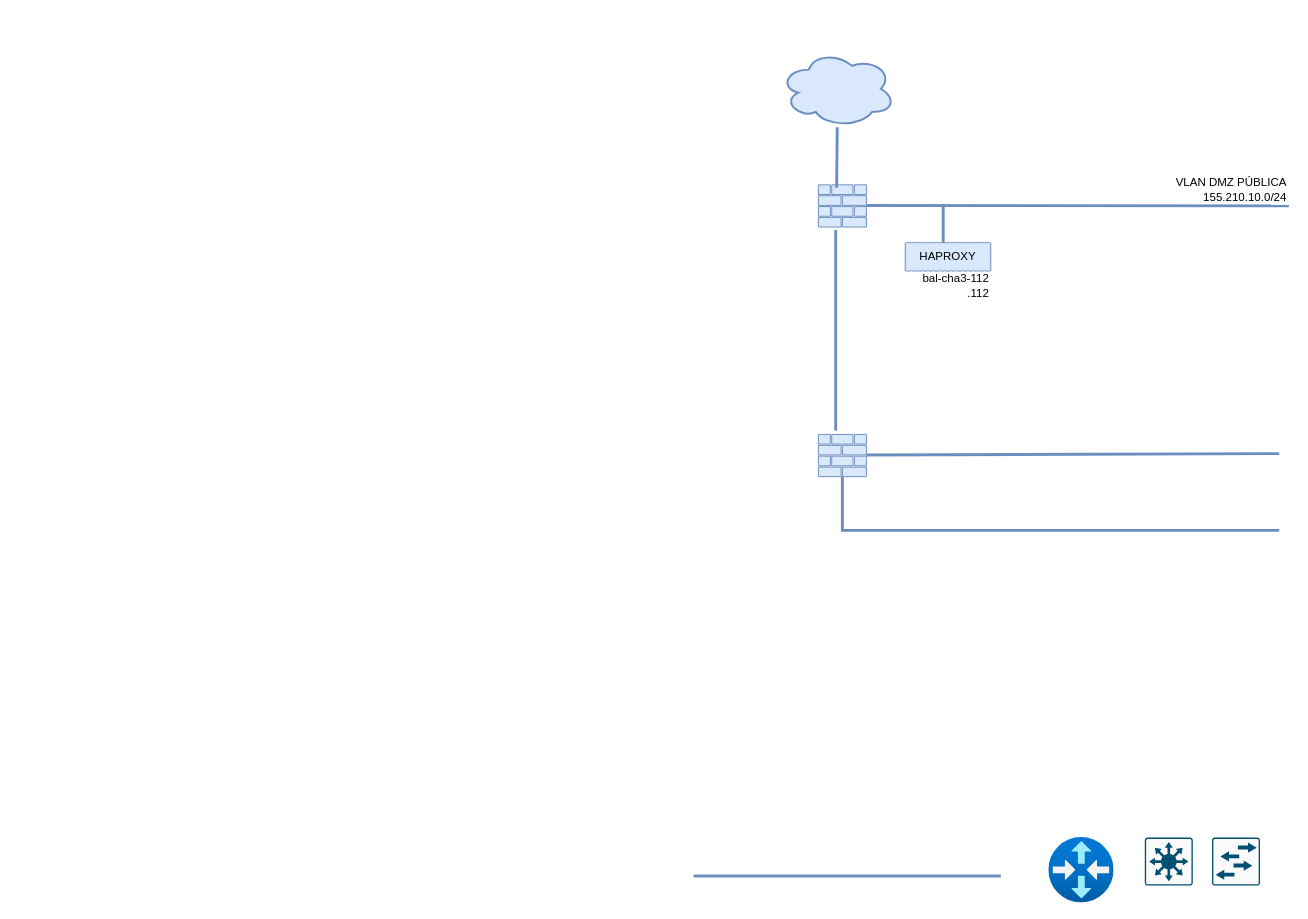
The draw.io diagram drawings/Red-unizar.drawio in miguel-martin/drawio, before the edit. Source tidied: cells renumbered, new cells numbered last; positions are measured from the earlier drawing's top-left corner, leaving out a move shared by most shapes. Both pictures are drawn from the tidied source at 96%, with x=0, y=0 at pixel (693, 50).
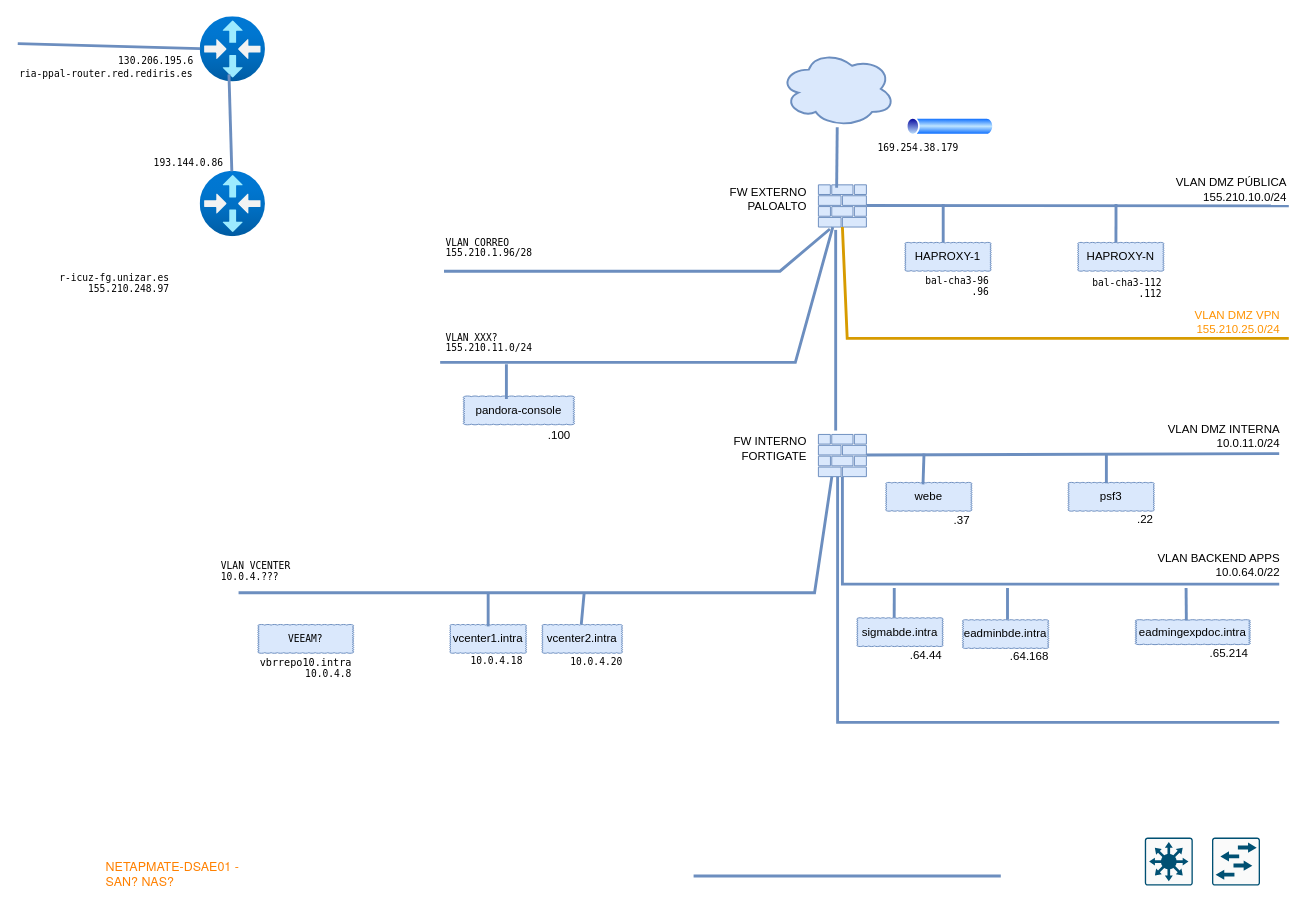
The same page after the edit.

The change refers to these unchanged cells:
```xml
<mxCell id="3" style="sketch=0;shadow=0;dashed=0;html=1;strokeColor=#6c8ebf;labelPosition=center;verticalLabelPosition=bottom;verticalAlign=top;align=center;fillColor=#dae8fc;shape=mxgraph.mscae.enterprise.firewall;" parent="1" vertex="1">
  <mxGeometry x="130" y="400" width="50" height="44" as="geometry" />
</mxCell>
<mxCell id="4" style="sketch=0;shadow=0;dashed=0;html=1;strokeColor=#6c8ebf;labelPosition=center;verticalLabelPosition=bottom;verticalAlign=top;align=center;fillColor=#dae8fc;shape=mxgraph.mscae.enterprise.firewall;" parent="1" vertex="1">
  <mxGeometry x="130" y="140" width="50" height="44" as="geometry" />
</mxCell>
```

Diff of the diagram source:
```diff
@@
     <mxCell id="2" style="image;html=1;points=[];align=center;fontSize=12;image=img/lib/azure2/networking/Virtual_Router.svg;" parent="1" vertex="1">
-      <mxGeometry x="370" y="820" width="68" height="68" as="geometry" />
+      <mxGeometry x="-514" y="-35" width="68" height="68" as="geometry" />
     </mxCell>
@@
     <mxCell id="13" style="endArrow=none;html=1;rounded=0;strokeWidth=3;fillColor=#dae8fc;strokeColor=#6c8ebf;exitX=0.5;exitY=1;exitDx=0;exitDy=0;exitPerimeter=0;" parent="1" edge="1" source="3">
       <mxGeometry relative="1" as="geometry">
-        <mxPoint x="610" y="500" as="targetPoint" />
+        <mxPoint x="610" y="556" as="targetPoint" />
         <Array as="points">
-          <mxPoint x="155" y="500" />
-          <mxPoint x="380" y="500" />
+          <mxPoint x="155" y="556" />
+          <mxPoint x="380" y="556" />
         </Array>
       </mxGeometry>
     </mxCell>
-    <mxCell id="14" value="HAPROXY" style="whiteSpace=wrap;html=1;shape=mxgraph.basic.cloud_rect;fillColor=#dae8fc;strokeColor=#6c8ebf;" parent="1" vertex="1">
+    <mxCell id="14" value="HAPROXY-1" style="whiteSpace=wrap;html=1;shape=mxgraph.basic.cloud_rect;fillColor=#dae8fc;strokeColor=#6c8ebf;" parent="1" vertex="1">
       <mxGeometry x="220" y="200" width="90" height="30" as="geometry" />
     </mxCell>
@@
+    <mxCell id="17" value="&lt;div&gt;VLAN DMZ PÚBLICA&lt;/div&gt;&lt;div&gt;155.210.10.0/24&lt;/div&gt;" style="text;strokeColor=none;align=right;fillColor=none;html=1;verticalAlign=middle;whiteSpace=wrap;rounded=0;" parent="1" vertex="1">
+      <mxGeometry x="460" y="130" width="160" height="30" as="geometry" />
+    </mxCell>
+    <mxCell id="18" value="&lt;div&gt;VLAN BACKEND APPS&lt;/div&gt;&lt;div&gt;10.0.64.0/22&lt;/div&gt;" style="text;strokeColor=none;align=right;fillColor=none;html=1;verticalAlign=middle;whiteSpace=wrap;rounded=0;" parent="1" vertex="1">
+      <mxGeometry x="453" y="521" width="160" height="30" as="geometry" />
+    </mxCell>
+    <mxCell id="19" value="eadmingexpdoc.intra" style="whiteSpace=wrap;html=1;shape=mxgraph.basic.cloud_rect;fillColor=#dae8fc;strokeColor=#6c8ebf;" parent="1" vertex="1">
+      <mxGeometry x="460" y="593" width="120" height="26" as="geometry" />
+    </mxCell>
+    <mxCell id="20" value="&lt;div&gt;.65.214&lt;/div&gt;&lt;div&gt;&lt;br&gt;&lt;/div&gt;" style="text;strokeColor=none;align=right;fillColor=none;html=1;verticalAlign=middle;whiteSpace=wrap;rounded=0;" parent="1" vertex="1">
+      <mxGeometry x="480" y="620" width="100" height="30" as="geometry" />
+    </mxCell>
+    <mxCell id="21" style="endArrow=none;html=1;rounded=0;strokeWidth=3;fillColor=#dae8fc;strokeColor=#6c8ebf;exitX=0.444;exitY=0.033;exitDx=0;exitDy=0;exitPerimeter=0;" parent="1" edge="1" source="19">
+      <mxGeometry relative="1" as="geometry">
+        <mxPoint x="513" y="560" as="targetPoint" />
+      </mxGeometry>
+    </mxCell>
+    <mxCell id="22" value="&lt;div&gt;VLAN DMZ INTERNA&lt;/div&gt;&lt;div&gt;10.0.11.0/24&lt;/div&gt;" style="text;strokeColor=none;align=right;fillColor=none;html=1;verticalAlign=middle;whiteSpace=wrap;rounded=0;" parent="1" vertex="1">
+      <mxGeometry x="453" y="387" width="160" height="30" as="geometry" />
+    </mxCell>
+    <mxCell id="23" value="psf3" style="whiteSpace=wrap;html=1;shape=mxgraph.basic.cloud_rect;fillColor=#dae8fc;strokeColor=#6c8ebf;" parent="1" vertex="1">
+      <mxGeometry x="390" y="450" width="90" height="30" as="geometry" />
+    </mxCell>
+    <mxCell id="24" value="&lt;div&gt;FW EXTERNO&lt;/div&gt;&lt;div&gt;PALOALTO&lt;br&gt;&lt;/div&gt;" style="text;strokeColor=none;align=right;fillColor=none;html=1;verticalAlign=middle;whiteSpace=wrap;rounded=0;" parent="1" vertex="1">
+      <mxGeometry x="-40" y="140" width="160" height="30" as="geometry" />
+    </mxCell>
+    <mxCell id="25" value="&lt;div&gt;FW INTERNO&lt;/div&gt;&lt;div&gt;FORTIGATE&lt;br&gt;&lt;/div&gt;" style="text;strokeColor=none;align=right;fillColor=none;html=1;verticalAlign=middle;whiteSpace=wrap;rounded=0;" parent="1" vertex="1">
+      <mxGeometry x="-40" y="400" width="160" height="30" as="geometry" />
+    </mxCell>
+    <mxCell id="26" style="endArrow=none;html=1;rounded=0;strokeWidth=3;fillColor=#dae8fc;strokeColor=#6c8ebf;exitX=0.444;exitY=0.033;exitDx=0;exitDy=0;exitPerimeter=0;" parent="1" edge="1" source="23">
+      <mxGeometry relative="1" as="geometry">
+        <mxPoint x="430" y="420" as="targetPoint" />
+      </mxGeometry>
+    </mxCell>
+    <mxCell id="27" value="&lt;div&gt;.22&lt;br&gt;&lt;/div&gt;" style="text;strokeColor=none;align=right;fillColor=none;html=1;verticalAlign=middle;whiteSpace=wrap;rounded=0;" parent="1" vertex="1">
+      <mxGeometry x="441" y="474" width="40" height="30" as="geometry" />
+    </mxCell>
+    <mxCell id="28" style="endArrow=none;html=1;rounded=0;strokeWidth=3;fillColor=#ffe6cc;strokeColor=#d79b00;exitX=0.5;exitY=1;exitDx=0;exitDy=0;exitPerimeter=0;fontColor=#ff9300;" parent="1" edge="1" source="4">
+      <mxGeometry relative="1" as="geometry">
+        <mxPoint x="620" y="300" as="targetPoint" />
+        <Array as="points">
+          <mxPoint x="160" y="300" />
+        </Array>
+      </mxGeometry>
+    </mxCell>
+    <mxCell id="29" value="&lt;div&gt;&lt;font color=&quot;#ff9300&quot;&gt;VLAN DMZ VPN 155.210.25.0/24&lt;/font&gt;&lt;/div&gt;" style="text;strokeColor=none;align=right;fillColor=none;html=1;verticalAlign=middle;whiteSpace=wrap;rounded=0;" parent="1" vertex="1">
+      <mxGeometry x="453" y="268" width="160" height="30" as="geometry" />
+    </mxCell>
+    <mxCell id="30" value="&lt;div&gt;&lt;br&gt;&lt;/div&gt;" style="text;strokeColor=none;align=right;fillColor=none;html=1;verticalAlign=middle;whiteSpace=wrap;rounded=0;" parent="1" vertex="1">
+      <mxGeometry x="453" y="660" width="160" height="30" as="geometry" />
+    </mxCell>
+    <mxCell id="31" style="endArrow=none;html=1;rounded=0;strokeWidth=3;fillColor=#dae8fc;strokeColor=#6c8ebf;exitX=0.5;exitY=1;exitDx=0;exitDy=0;exitPerimeter=0;" parent="1" edge="1">
+      <mxGeometry relative="1" as="geometry">
+        <mxPoint x="150" y="444" as="sourcePoint" />
+        <mxPoint x="610" y="700" as="targetPoint" />
+        <Array as="points">
+          <mxPoint x="150" y="556" />
+          <mxPoint x="150" y="700" />
+        </Array>
+      </mxGeometry>
+    </mxCell>
+    <mxCell id="32" value="sigmabde.intra" style="whiteSpace=wrap;html=1;shape=mxgraph.basic.cloud_rect;fillColor=#dae8fc;strokeColor=#6c8ebf;" parent="1" vertex="1">
+      <mxGeometry x="170" y="591" width="90" height="30" as="geometry" />
+    </mxCell>
+    <mxCell id="33" value="&lt;div&gt;.64.44&lt;/div&gt;" style="text;strokeColor=none;align=right;fillColor=none;html=1;verticalAlign=middle;whiteSpace=wrap;rounded=0;" parent="1" vertex="1">
+      <mxGeometry x="161" y="615" width="100" height="30" as="geometry" />
+    </mxCell>
+    <mxCell id="34" style="endArrow=none;html=1;rounded=0;strokeWidth=3;fillColor=#dae8fc;strokeColor=#6c8ebf;exitX=0.433;exitY=0;exitDx=0;exitDy=0;exitPerimeter=0;" parent="1" edge="1" source="32">
+      <mxGeometry relative="1" as="geometry">
+        <mxPoint x="209" y="560" as="targetPoint" />
+      </mxGeometry>
+    </mxCell>
+    <mxCell id="35" value="eadminbde.intra" style="whiteSpace=wrap;html=1;shape=mxgraph.basic.cloud_rect;fillColor=#dae8fc;strokeColor=#6c8ebf;" parent="1" vertex="1">
+      <mxGeometry x="280" y="593" width="90" height="30" as="geometry" />
+    </mxCell>
+    <mxCell id="36" style="endArrow=none;html=1;rounded=0;strokeWidth=3;fillColor=#dae8fc;strokeColor=#6c8ebf;exitX=0.522;exitY=0;exitDx=0;exitDy=0;exitPerimeter=0;" parent="1" edge="1" source="35">
+      <mxGeometry relative="1" as="geometry">
+        <mxPoint x="327" y="560" as="targetPoint" />
+      </mxGeometry>
+    </mxCell>
+    <mxCell id="37" value="&lt;div&gt;.64.168&lt;/div&gt;" style="text;strokeColor=none;align=right;fillColor=none;html=1;verticalAlign=middle;whiteSpace=wrap;rounded=0;" parent="1" vertex="1">
+      <mxGeometry x="272" y="617" width="100" height="30" as="geometry" />
+    </mxCell>
+    <mxCell id="38" style="image;perimeter=ellipsePerimeter;html=1;align=center;shadow=0;dashed=0;spacingTop=3;image=img/lib/active_directory/tunnel.svg;" parent="1" vertex="1">
+      <mxGeometry x="220" y="70" width="95" height="19" as="geometry" />
+    </mxCell>
+    <mxCell id="39" value="&lt;p style=&quot;margin: 0.0px 0.0px 0.0px 0.0px; font: 10.0px Menlo; color: #000000&quot;&gt;&lt;span style=&quot;font-variant-ligatures: no-common-ligatures&quot;&gt;169.254.38.179&lt;/span&gt;&lt;/p&gt;" style="text;whiteSpace=wrap;html=1;" parent="1" vertex="1">
+      <mxGeometry x="190" y="89" width="120" height="30" as="geometry" />
+    </mxCell>
+    <mxCell id="40" value="webe" style="whiteSpace=wrap;html=1;shape=mxgraph.basic.cloud_rect;fillColor=#dae8fc;strokeColor=#6c8ebf;" parent="1" vertex="1">
+      <mxGeometry x="200" y="450" width="90" height="30" as="geometry" />
+    </mxCell>
+    <mxCell id="41" value="&lt;p style=&quot;margin: 0.0px 0.0px 0.0px 0.0px; font: 10.0px Menlo; color: #000000&quot;&gt;&lt;span style=&quot;font-variant-ligatures: no-common-ligatures&quot;&gt;130.206.195.6&lt;/span&gt;&lt;/p&gt;" style="text;whiteSpace=wrap;html=1;" parent="1" vertex="1">
+      <mxGeometry x="-601" y="-1" width="120" height="40" as="geometry" />
+    </mxCell>
+    <mxCell id="42" value="&lt;p style=&quot;margin: 0.0px 0.0px 0.0px 0.0px; font: 10.0px Menlo; color: #000000&quot;&gt;&lt;span style=&quot;font-variant-ligatures: no-common-ligatures&quot;&gt;ria-ppal-router.red.rediris.es&lt;/span&gt;&lt;/p&gt;" style="text;whiteSpace=wrap;html=1;" parent="1" vertex="1">
+      <mxGeometry x="-704" y="12" width="230" height="40" as="geometry" />
+    </mxCell>
+    <mxCell id="43" style="image;html=1;points=[];align=center;fontSize=12;image=img/lib/azure2/networking/Virtual_Router.svg;" parent="1" vertex="1">
+      <mxGeometry x="-514" y="126" width="68" height="68" as="geometry" />
+    </mxCell>
+    <mxCell id="44" style="endArrow=none;html=1;rounded=0;strokeWidth=3;fillColor=#dae8fc;strokeColor=#6c8ebf;" parent="1" edge="1" target="2">
+      <mxGeometry relative="1" as="geometry">
+        <mxPoint x="-704" y="-7" as="sourcePoint" />
+      </mxGeometry>
+    </mxCell>
+    <mxCell id="45" style="endArrow=none;html=1;rounded=0;strokeWidth=3;fillColor=#dae8fc;strokeColor=#6c8ebf;" parent="1" edge="1" target="43">
+      <mxGeometry relative="1" as="geometry">
+        <mxPoint x="-484" y="25" as="sourcePoint" />
+      </mxGeometry>
+    </mxCell>
+    <mxCell id="46" value="&lt;p style=&quot;margin: 0.0px 0.0px 0.0px 0.0px; font: 10.0px Menlo; color: #000000&quot;&gt;&lt;span style=&quot;font-variant-ligatures: no-common-ligatures&quot;&gt;193.144.0.86&lt;/span&gt;&lt;/p&gt;" style="text;whiteSpace=wrap;html=1;" parent="1" vertex="1">
+      <mxGeometry x="-564" y="105" width="110" height="40" as="geometry" />
+    </mxCell>
+    <mxCell id="47" value="&lt;p style=&quot;margin: 0.0px 0.0px 0.0px 0.0px; font: 10.0px Menlo; color: #000000&quot;&gt;&lt;span style=&quot;font-variant-ligatures: no-common-ligatures&quot;&gt;r-icuz-fg.unizar.es&lt;/span&gt;&lt;/p&gt;&lt;p style=&quot;margin: 0.0px 0.0px 0.0px 0.0px; font: 10.0px Menlo; color: #000000&quot;&gt;&lt;span style=&quot;font-variant-ligatures: no-common-ligatures&quot;&gt;155.210.248.97&lt;/span&gt;&lt;/p&gt;" style="text;whiteSpace=wrap;html=1;align=right;" parent="1" vertex="1">
+      <mxGeometry x="-674" y="225" width="130" height="40" as="geometry" />
+    </mxCell>
+    <mxCell id="48" style="endArrow=none;html=1;rounded=0;strokeWidth=3;fillColor=#dae8fc;strokeColor=#6c8ebf;entryX=0.433;entryY=0.067;entryDx=0;entryDy=0;entryPerimeter=0;" parent="1" edge="1" target="40">
+      <mxGeometry relative="1" as="geometry">
+        <mxPoint x="240" y="420" as="sourcePoint" />
+      </mxGeometry>
+    </mxCell>
+    <mxCell id="49" value="&lt;div&gt;.37&lt;br&gt;&lt;/div&gt;" style="text;strokeColor=none;align=right;fillColor=none;html=1;verticalAlign=middle;whiteSpace=wrap;rounded=0;" parent="1" vertex="1">
+      <mxGeometry x="250" y="475" width="40" height="30" as="geometry" />
+    </mxCell>
-    <mxCell id="16" value="bal-cha3-112&lt;div&gt;.112&lt;/div&gt;" style="text;strokeColor=none;align=right;fillColor=none;html=1;verticalAlign=middle;whiteSpace=wrap;rounded=0;" parent="1" vertex="1">
-      <mxGeometry x="210" y="230" width="100" height="30" as="geometry" />
+    <mxCell id="16" value="&lt;p style=&quot;margin: 0.0px 0.0px 0.0px 0.0px; font: 10.0px Menlo; color: #000000&quot;&gt;&lt;span style=&quot;font-variant-ligatures: no-common-ligatures&quot;&gt;bal-cha3-112&lt;/span&gt;&lt;/p&gt;&lt;p style=&quot;margin: 0.0px 0.0px 0.0px 0.0px; font: 10.0px Menlo; color: #000000&quot;&gt;&lt;span style=&quot;font-variant-ligatures: no-common-ligatures&quot;&gt;.112&lt;/span&gt;&lt;/p&gt;" style="text;whiteSpace=wrap;html=1;align=right;" parent="1" vertex="1">
+      <mxGeometry x="355" y="230" width="135" height="40" as="geometry" />
     </mxCell>
-    <mxCell id="17" value="&lt;div&gt;VLAN DMZ PÚBLICA&lt;/div&gt;&lt;div&gt;155.210.10.0/24&lt;/div&gt;" style="text;strokeColor=none;align=right;fillColor=none;html=1;verticalAlign=middle;whiteSpace=wrap;rounded=0;" parent="1" vertex="1">
-      <mxGeometry x="460" y="130" width="160" height="30" as="geometry" />
-    </mxCell>
+    <mxCell id="50" value="HAPROXY-N" style="whiteSpace=wrap;html=1;shape=mxgraph.basic.cloud_rect;fillColor=#dae8fc;strokeColor=#6c8ebf;" parent="1" vertex="1">
+      <mxGeometry x="400" y="200" width="90" height="30" as="geometry" />
+    </mxCell>
+    <mxCell id="51" value="&lt;p style=&quot;margin: 0.0px 0.0px 0.0px 0.0px; font: 10.0px Menlo; color: #000000&quot;&gt;&lt;span style=&quot;font-variant-ligatures: no-common-ligatures&quot;&gt;bal-cha3-96&lt;/span&gt;&lt;/p&gt;&lt;p style=&quot;margin: 0.0px 0.0px 0.0px 0.0px; font: 10.0px Menlo; color: #000000&quot;&gt;&lt;span style=&quot;font-variant-ligatures: no-common-ligatures&quot;&gt;.96&lt;/span&gt;&lt;/p&gt;" style="text;whiteSpace=wrap;html=1;align=right;" parent="1" vertex="1">
+      <mxGeometry x="175" y="228" width="135" height="40" as="geometry" />
+    </mxCell>
+    <mxCell id="52" style="endArrow=none;html=1;rounded=0;strokeWidth=3;fillColor=#dae8fc;strokeColor=#6c8ebf;exitX=0.444;exitY=0;exitDx=0;exitDy=0;exitPerimeter=0;" parent="1" edge="1" source="50">
+      <mxGeometry relative="1" as="geometry">
+        <mxPoint x="440" y="160" as="targetPoint" />
+      </mxGeometry>
+    </mxCell>
+    <mxCell id="53" style="endArrow=none;html=1;rounded=0;strokeWidth=3;fillColor=#dae8fc;strokeColor=#6c8ebf;exitX=0.24;exitY=1.046;exitDx=0;exitDy=0;exitPerimeter=0;" parent="1" edge="1" source="4">
+      <mxGeometry relative="1" as="geometry">
+        <mxPoint x="-260" y="230" as="targetPoint" />
+        <Array as="points">
+          <mxPoint x="90" y="230" />
+        </Array>
+      </mxGeometry>
+    </mxCell>
+    <mxCell id="54" value="&lt;p style=&quot;margin: 0.0px 0.0px 0.0px 0.0px; font: 10.0px Menlo; color: #000000&quot;&gt;&lt;span style=&quot;font-variant-ligatures: no-common-ligatures&quot;&gt;VLAN CORREO&lt;/span&gt;&lt;/p&gt;&lt;p style=&quot;margin: 0.0px 0.0px 0.0px 0.0px; font: 10.0px Menlo; color: #000000&quot;&gt;&lt;span style=&quot;font-variant-ligatures: no-common-ligatures&quot;&gt;155.210.1.96/28&lt;/span&gt;&lt;/p&gt;" style="text;whiteSpace=wrap;html=1;" parent="1" vertex="1">
+      <mxGeometry x="-260" y="188" width="130" height="40" as="geometry" />
+    </mxCell>
+    <mxCell id="55" style="endArrow=none;html=1;rounded=0;strokeWidth=3;fillColor=#dae8fc;strokeColor=#6c8ebf;exitX=0.3;exitY=1;exitDx=0;exitDy=0;exitPerimeter=0;" parent="1" edge="1" source="4">
+      <mxGeometry relative="1" as="geometry">
+        <mxPoint x="-264" y="325" as="targetPoint" />
+        <Array as="points">
+          <mxPoint x="106" y="325" />
+        </Array>
+      </mxGeometry>
+    </mxCell>
+    <mxCell id="56" value="&lt;p style=&quot;margin: 0.0px 0.0px 0.0px 0.0px; font: 10.0px Menlo; color: #000000&quot;&gt;&lt;span style=&quot;font-variant-ligatures: no-common-ligatures&quot;&gt;VLAN XXX?&lt;/span&gt;&lt;/p&gt;&lt;p style=&quot;margin: 0.0px 0.0px 0.0px 0.0px; font: 10.0px Menlo; color: #000000&quot;&gt;&lt;span style=&quot;font-variant-ligatures: no-common-ligatures&quot;&gt;155.210.11.0/24&lt;/span&gt;&lt;/p&gt;" style="text;whiteSpace=wrap;html=1;" parent="1" vertex="1">
+      <mxGeometry x="-260" y="287" width="130" height="40" as="geometry" />
+    </mxCell>
+    <mxCell id="57" value="pandora-console" style="whiteSpace=wrap;html=1;shape=mxgraph.basic.cloud_rect;fillColor=#dae8fc;strokeColor=#6c8ebf;" parent="1" vertex="1">
+      <mxGeometry x="-240" y="360" width="116" height="30" as="geometry" />
+    </mxCell>
+    <mxCell id="58" value="&lt;div&gt;.100&lt;br&gt;&lt;/div&gt;" style="text;strokeColor=none;align=right;fillColor=none;html=1;verticalAlign=middle;whiteSpace=wrap;rounded=0;" parent="1" vertex="1">
+      <mxGeometry x="-130" y="400" width="4" as="geometry" />
+    </mxCell>
+    <mxCell id="59" style="endArrow=none;html=1;rounded=0;strokeWidth=3;fillColor=#dae8fc;strokeColor=#6c8ebf;entryX=0.388;entryY=0.1;entryDx=0;entryDy=0;entryPerimeter=0;exitX=0.5;exitY=1;exitDx=0;exitDy=0;" parent="1" edge="1" source="56" target="57">
+      <mxGeometry relative="1" as="geometry" />
+    </mxCell>
+    <mxCell id="60" style="endArrow=none;html=1;rounded=0;strokeWidth=3;fillColor=#dae8fc;strokeColor=#6c8ebf;" parent="1" edge="1">
+      <mxGeometry relative="1" as="geometry">
+        <mxPoint x="144" y="444" as="sourcePoint" />
+        <mxPoint x="-474" y="565" as="targetPoint" />
+        <Array as="points">
+          <mxPoint x="126" y="565" />
+        </Array>
+      </mxGeometry>
+    </mxCell>
+    <mxCell id="61" value="&lt;p style=&quot;margin: 0.0px 0.0px 0.0px 0.0px; font: 10.0px Menlo; color: #000000&quot;&gt;&lt;span style=&quot;font-variant-ligatures: no-common-ligatures&quot;&gt;VLAN VCENTER&lt;/span&gt;&lt;/p&gt;&lt;p style=&quot;margin: 0.0px 0.0px 0.0px 0.0px; font: 10.0px Menlo; color: #000000&quot;&gt;&lt;span style=&quot;font-variant-ligatures: no-common-ligatures&quot;&gt;10.0.4.???&lt;/span&gt;&lt;/p&gt;" style="text;whiteSpace=wrap;html=1;" parent="1" vertex="1">
+      <mxGeometry x="-494" y="525" width="130" height="40" as="geometry" />
+    </mxCell>
+    <mxCell id="62" value="vcenter2.intra" style="whiteSpace=wrap;html=1;shape=mxgraph.basic.cloud_rect;fillColor=#dae8fc;strokeColor=#6c8ebf;" parent="1" vertex="1">
+      <mxGeometry x="-158" y="598" width="84" height="30" as="geometry" />
+    </mxCell>
+    <mxCell id="63" value="vcenter1.intra" style="whiteSpace=wrap;html=1;shape=mxgraph.basic.cloud_rect;fillColor=#dae8fc;strokeColor=#6c8ebf;" parent="1" vertex="1">
+      <mxGeometry x="-254" y="598" width="80" height="30" as="geometry" />
+    </mxCell>
+    <mxCell id="64" value="&lt;p style=&quot;margin: 0.0px 0.0px 0.0px 0.0px; font: 10.0px Menlo; color: #000000&quot;&gt;&lt;span style=&quot;font-variant-ligatures: no-common-ligatures&quot;&gt;10.0.4.20&lt;/span&gt;&lt;/p&gt;" style="text;whiteSpace=wrap;html=1;" parent="1" vertex="1">
+      <mxGeometry x="-130" y="625" width="90" height="40" as="geometry" />
+    </mxCell>
+    <mxCell id="65" value="&lt;p style=&quot;margin: 0.0px 0.0px 0.0px 0.0px; font: 10.0px Menlo; color: #000000&quot;&gt;&lt;span style=&quot;font-variant-ligatures: no-common-ligatures&quot;&gt;10.0.4.18&lt;/span&gt;&lt;/p&gt;" style="text;whiteSpace=wrap;html=1;" parent="1" vertex="1">
+      <mxGeometry x="-234" y="624" width="90" height="40" as="geometry" />
+    </mxCell>
+    <mxCell id="66" style="endArrow=none;html=1;rounded=0;strokeWidth=3;fillColor=#dae8fc;strokeColor=#6c8ebf;entryX=0.5;entryY=0.067;entryDx=0;entryDy=0;entryPerimeter=0;" parent="1" edge="1" target="63">
+      <mxGeometry relative="1" as="geometry">
+        <mxPoint x="-214" y="565" as="sourcePoint" />
+      </mxGeometry>
+    </mxCell>
+    <mxCell id="67" style="endArrow=none;html=1;rounded=0;strokeWidth=3;fillColor=#dae8fc;strokeColor=#6c8ebf;entryX=0.488;entryY=0;entryDx=0;entryDy=0;entryPerimeter=0;" parent="1" edge="1" target="62">
+      <mxGeometry relative="1" as="geometry">
+        <mxPoint x="-114" y="565" as="sourcePoint" />
+      </mxGeometry>
+    </mxCell>
+    <mxCell id="68" value="&lt;p style=&quot;margin: 0px; font-style: normal; font-variant-caps: normal; font-stretch: normal; font-size: 10px; line-height: normal; font-family: Menlo; font-size-adjust: none; font-kerning: auto; font-variant-alternates: normal; font-variant-ligatures: normal; font-variant-numeric: normal; font-variant-east-asian: normal; font-variant-position: normal; font-variant-emoji: normal; font-feature-settings: normal; font-optical-sizing: auto; font-variation-settings: normal;&quot;&gt;VEEAM?&lt;/p&gt;" style="whiteSpace=wrap;html=1;shape=mxgraph.basic.cloud_rect;fillColor=#dae8fc;strokeColor=#6c8ebf;" parent="1" vertex="1">
+      <mxGeometry x="-454" y="598" width="100" height="30" as="geometry" />
+    </mxCell>
+    <mxCell id="69" value="&lt;p style=&quot;margin: 0.0px 0.0px 0.0px 0.0px; font: 10.0px Menlo; color: #000000&quot;&gt;&lt;span style=&quot;font-variant-ligatures: no-common-ligatures&quot;&gt;&lt;span style=&quot;font-size: 10.588235px;&quot;&gt;vbrrepo10.intra&lt;/span&gt;&lt;br&gt;&lt;/span&gt;&lt;/p&gt;&lt;p style=&quot;margin: 0.0px 0.0px 0.0px 0.0px; font: 10.0px Menlo; color: #000000&quot;&gt;&lt;span style=&quot;font-variant-ligatures: no-common-ligatures&quot;&gt;10.0.4.8&lt;/span&gt;&lt;/p&gt;" style="text;whiteSpace=wrap;html=1;align=right;" parent="1" vertex="1">
+      <mxGeometry x="-434" y="625" width="80" height="40" as="geometry" />
+    </mxCell>
+    <mxCell id="70" value="&lt;span style=&quot;font-style: normal; font-variant-caps: normal; font-weight: 400; letter-spacing: normal; text-align: start; text-indent: 0px; text-transform: none; white-space: normal; word-spacing: 0px; -webkit-text-stroke-width: 0px; text-decoration: none; caret-color: rgb(86, 86, 86); font-family: Metropolis, &amp;quot;Avenir Next&amp;quot;, &amp;quot;Helvetica Neue&amp;quot;, Arial, sans-serif; font-size: 13px; background-color: rgb(255, 255, 255); float: none; display: inline !important;&quot;&gt;&lt;font color=&quot;#ff8000&quot;&gt;NETAPMATE-DSAE01 -SAN? NAS?&lt;/font&gt;&lt;/span&gt;" style="text;whiteSpace=wrap;html=1;" parent="1" vertex="1">
+      <mxGeometry x="-614" y="835" width="160" height="40" as="geometry" />
+    </mxCell>
```
